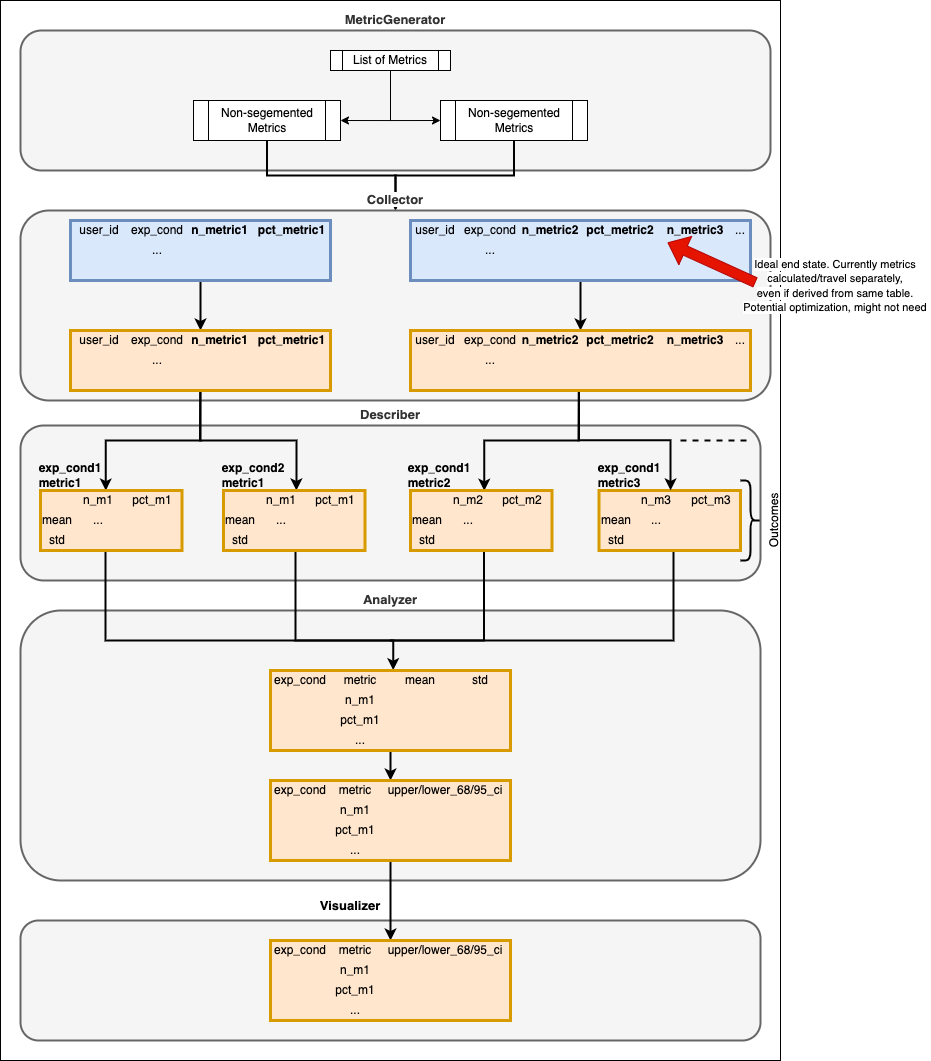
kylekovac/abautomator-swipe keeps this draw.io diagram as images/data_arch.drawio.png. Above is the earlier version. Source tidied: cells renumbered, new cells last; positions are measured from the earlier drawing's top-left corner, leaving out a move shared by most shapes.
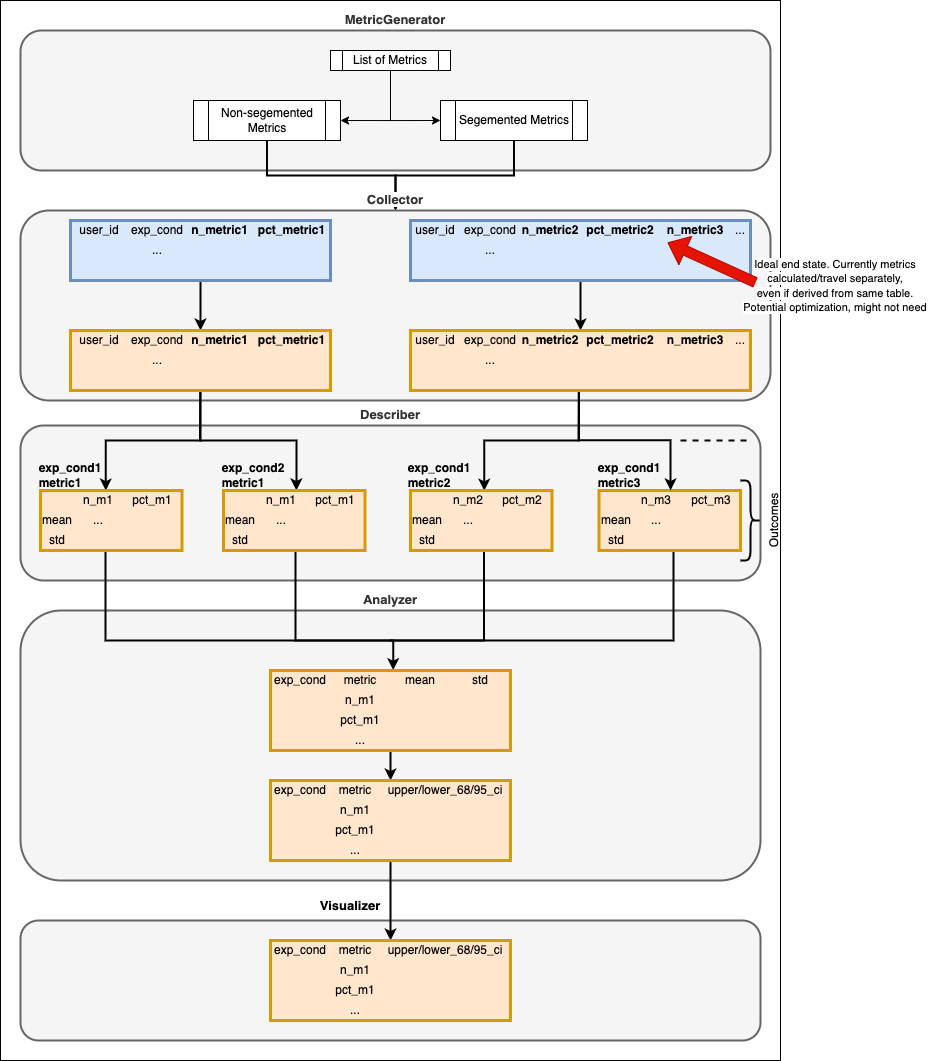
The same file after the commit.

Diff of the diagram source:
```diff
@@ -715,7 +715,7 @@
     <mxCell id="217" value="Non-segemented Metrics" style="shape=process;whiteSpace=wrap;html=1;backgroundOutline=1;" parent="1" vertex="1">
       <mxGeometry x="193" y="100" width="147" height="40" as="geometry" />
     </mxCell>
-    <mxCell id="218" value="Non-segemented Metrics" style="shape=process;whiteSpace=wrap;html=1;backgroundOutline=1;" parent="1" vertex="1">
+    <mxCell id="218" value="Segemented Metrics" style="shape=process;whiteSpace=wrap;html=1;backgroundOutline=1;" parent="1" vertex="1">
       <mxGeometry x="440" y="100" width="147" height="40" as="geometry" />
     </mxCell>
     <mxCell id="219" style="edgeStyle=orthogonalEdgeStyle;rounded=0;jettySize=auto;html=1;entryX=0;entryY=0.5;entryDx=0;entryDy=0;exitX=0.5;exitY=1;exitDx=0;exitDy=0;" parent="1" edge="1" source="216" target="218">
```
